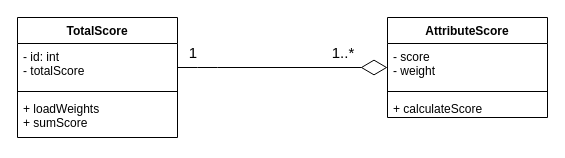
Before: Diagram/Class.drawio in ShunsukeHISHIDA/similar-damage-detection, a draw.io diagram. Source tidied: cells renumbered, new cells numbered last; positions are measured from the earlier drawing's top-left corner, leaving out a move shared by most shapes. Both pictures are drawn from the tidied source at 100%, with x=0, y=0 at pixel (17, 17).
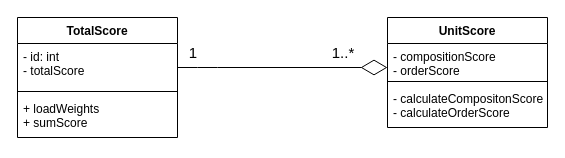
After the change.

Change to the diagram source:
```diff
@@
 <mxGraphModel>
   <root>
     <mxCell id="0" />
     <mxCell id="1" parent="0" />
     <mxCell id="2" value="TotalScore" style="swimlane;fontStyle=1;align=center;verticalAlign=top;horizontal=1;startSize=26;" parent="1" vertex="1">
       <mxGeometry width="160" height="120" as="geometry" />
     </mxCell>
     <mxCell id="3" value="- id: int&#10;- totalScore" style="text;strokeColor=none;fillColor=none;align=left;verticalAlign=top;spacingLeft=4;spacingRight=4;overflow=hidden;" parent="2" vertex="1">
       <mxGeometry y="26" width="160" height="44" as="geometry" />
     </mxCell>
     <mxCell id="4" style="line;strokeWidth=1;fillColor=none;align=left;verticalAlign=middle;spacingTop=-1;spacingLeft=3;spacingRight=3;labelPosition=right;" parent="2" vertex="1">
       <mxGeometry y="70" width="160" height="8" as="geometry" />
     </mxCell>
     <mxCell id="5" value="+ loadWeights&#10;+ sumScore" style="text;strokeColor=none;fillColor=none;align=left;verticalAlign=top;spacingLeft=4;spacingRight=4;overflow=hidden;" parent="2" vertex="1">
       <mxGeometry y="78" width="160" height="42" as="geometry" />
     </mxCell>
-    <mxCell id="6" value="AttributeScore" style="swimlane;fontStyle=1;align=center;verticalAlign=top;horizontal=1;startSize=26;" parent="1" vertex="1">
-      <mxGeometry x="370" width="160" height="100" as="geometry" />
+    <mxCell id="6" value="UnitScore" style="swimlane;fontStyle=1;align=center;verticalAlign=top;horizontal=1;startSize=26;" parent="1" vertex="1">
+      <mxGeometry x="370" width="160" height="110" as="geometry" />
     </mxCell>
-    <mxCell id="7" value="- score&#10;- weight" style="text;strokeColor=none;fillColor=none;align=left;verticalAlign=top;spacingLeft=4;spacingRight=4;overflow=hidden;" parent="6" vertex="1">
-      <mxGeometry y="26" width="160" height="44" as="geometry" />
+    <mxCell id="7" value="- compositionScore&#10;- orderScore" style="text;strokeColor=none;fillColor=none;align=left;verticalAlign=top;spacingLeft=4;spacingRight=4;overflow=hidden;" parent="6" vertex="1">
+      <mxGeometry y="26" width="160" height="34" as="geometry" />
     </mxCell>
     <mxCell id="8" style="line;strokeWidth=1;fillColor=none;align=left;verticalAlign=middle;spacingTop=-1;spacingLeft=3;spacingRight=3;labelPosition=right;" parent="6" vertex="1">
-      <mxGeometry y="70" width="160" height="8" as="geometry" />
+      <mxGeometry y="60" width="160" height="8" as="geometry" />
     </mxCell>
-    <mxCell id="9" value="+ calculateScore" style="text;strokeColor=none;fillColor=none;align=left;verticalAlign=top;spacingLeft=4;spacingRight=4;overflow=hidden;" parent="6" vertex="1">
-      <mxGeometry y="78" width="160" height="22" as="geometry" />
+    <mxCell id="9" value="- calculateCompositonScore&#10;- calculateOrderScore" style="text;strokeColor=none;fillColor=none;align=left;verticalAlign=top;spacingLeft=4;spacingRight=4;overflow=hidden;" parent="6" vertex="1">
+      <mxGeometry y="68" width="160" height="42" as="geometry" />
     </mxCell>
     <mxCell id="10" style="endArrow=diamondThin;endFill=0;endSize=24;html=1;edgeStyle=orthogonalEdgeStyle;" parent="1" edge="1" source="2" target="6">
       <mxGeometry relative="1" as="geometry">
         <Array as="points">
           <mxPoint x="190" y="50" />
           <mxPoint x="190" y="50" />
         </Array>
       </mxGeometry>
     </mxCell>
     <mxCell id="11" value="1" style="text;html=1;strokeColor=none;fillColor=none;align=center;verticalAlign=middle;whiteSpace=wrap;rounded=0;fontSize=15;" parent="1" vertex="1">
       <mxGeometry x="160" y="20" width="32" height="30" as="geometry" />
     </mxCell>
     <mxCell id="12" value="1..*" style="text;html=1;strokeColor=none;fillColor=none;align=center;verticalAlign=middle;whiteSpace=wrap;rounded=0;fontSize=15;" parent="1" vertex="1">
       <mxGeometry x="310" y="20" width="32" height="30" as="geometry" />
     </mxCell>
   </root>
 </mxGraphModel>
```
